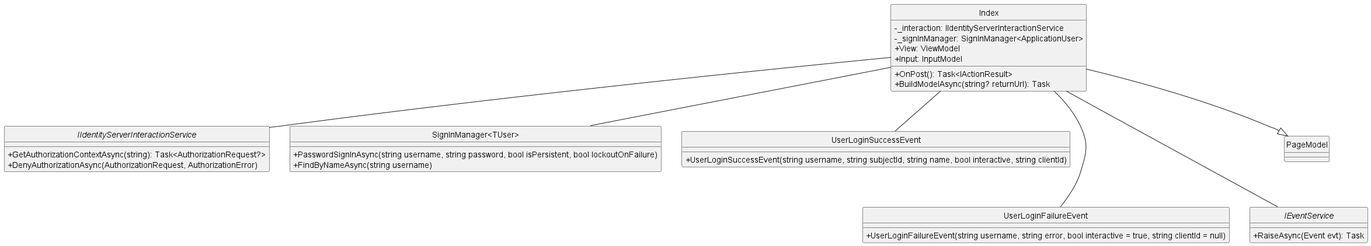
This is docs/Class Diagram/Identity/Login/ClassDiagram/Login.png from Carl-Johnsons/Chat-Application, a PlantUML export, as it was before one commit. Source of this version:
```plantuml
@startuml Login
hide circle
skinparam classAttributeIconSize 0
class Index{
    - _interaction: IIdentityServerInteractionService
    - _signInManager: SignInManager<ApplicationUser>
    + View: ViewModel
    + Input: InputModel
    + OnPost(): Task<IActionResult>
    + BuildModelAsync(string? returnUrl): Task
}

interface IIdentityServerInteractionService{
    + GetAuthorizationContextAsync(string): Task<AuthorizationRequest?>
    + DenyAuthorizationAsync(AuthorizationRequest, AuthorizationError)
}

class "SignInManager<TUser>" {
    + PasswordSignInAsync(string username, string password, bool isPersistent, bool lockoutOnFailure)
    + FindByNameAsync(string username)
}

class UserLoginSuccessEvent{
    + UserLoginSuccessEvent(string username, string subjectId, string name, bool interactive, string clientId)
}

class UserLoginFailureEvent{
    + UserLoginFailureEvent(string username, string error, bool interactive = true, string clientId = null)
}


interface IEventService{
    + RaiseAsync(Event evt): Task
}

class PageModel

Index -- IIdentityServerInteractionService
Index -- "SignInManager<TUser>"
Index --- IEventService
Index --- UserLoginFailureEvent
Index -- UserLoginSuccessEvent
Index --|> PageModel

@enduml
```
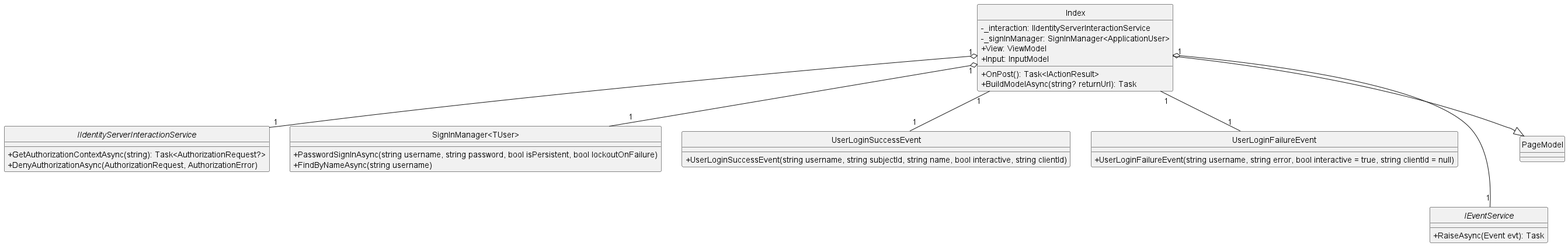
After the commit.

The edit, as a diff of the source:
```diff
@@ -35,11 +35,11 @@
 
 class PageModel
 
-Index -- IIdentityServerInteractionService
-Index -- "SignInManager<TUser>"
-Index --- IEventService
-Index --- UserLoginFailureEvent
-Index -- UserLoginSuccessEvent
+Index "1" o--"1" IIdentityServerInteractionService
+Index "1" o--"1" "SignInManager<TUser>"
+Index "1" o---"1" IEventService
+Index "1"--"1" UserLoginFailureEvent
+Index "1"--"1" UserLoginSuccessEvent
 Index --|> PageModel
 
 @enduml
```
